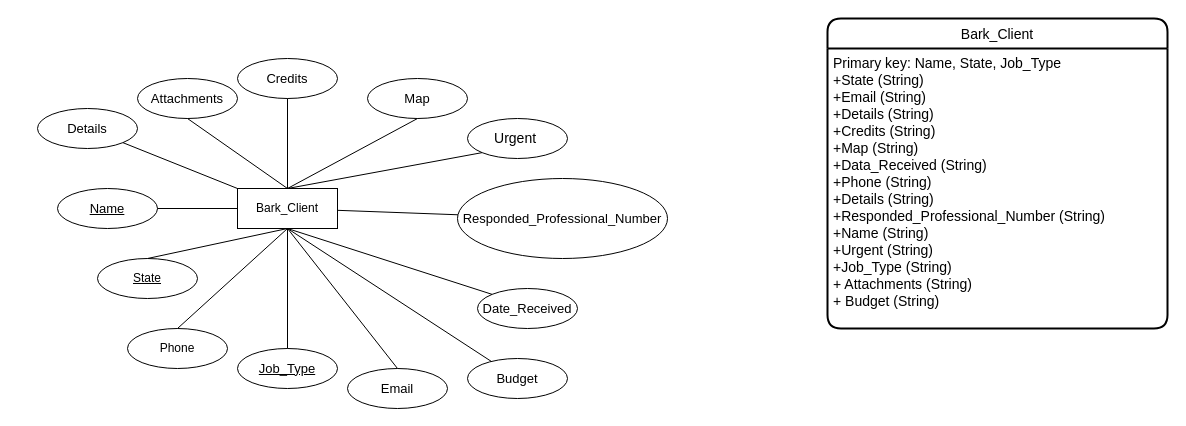
eamankwah250/python-bark-extractor keeps this draw.io diagram as Database_Schema/Epibark_Database_Schema.drawio. Above is the earlier version. Source tidied: cells renumbered, new cells numbered last; positions are measured from the earlier drawing's top-left corner, leaving out a move shared by most shapes. Both pictures are drawn from the tidied source at 100%, with x=0, y=0 at pixel (37, 18).
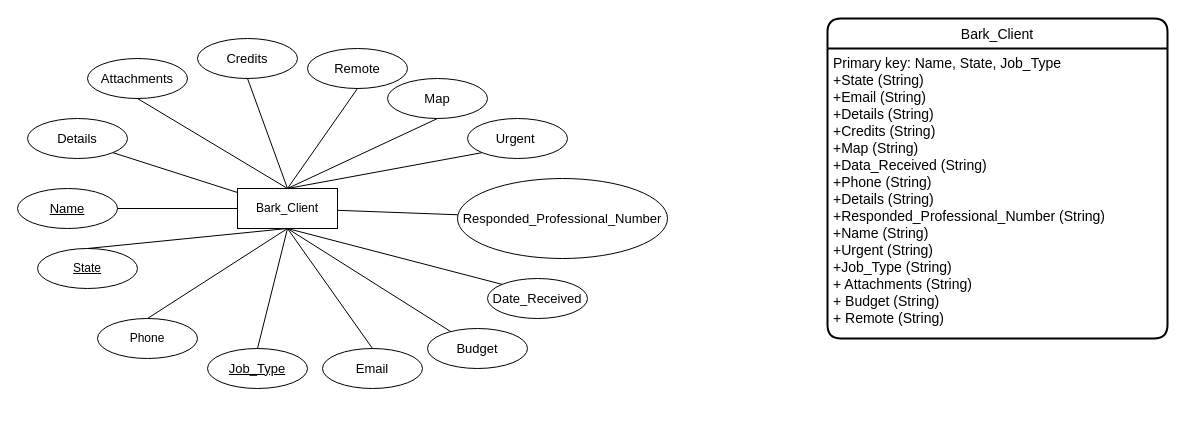
The same page after the edit.

Commit message (it also covers changes not shown here):
add remote column

The change refers to these unchanged cells:
```xml
<mxCell id="2" value="Bark_Client" style="whiteSpace=wrap;html=1;align=center;" parent="1" vertex="1">
  <mxGeometry x="200" y="170" width="100" height="40" as="geometry" />
</mxCell>
```

Change to the diagram source:
```diff
@@
     <mxCell id="3" value="&lt;u&gt;State&lt;/u&gt;" style="ellipse;whiteSpace=wrap;html=1;align=center;" parent="1" vertex="1">
-      <mxGeometry x="60" y="240" width="100" height="40" as="geometry" />
+      <mxGeometry y="230" width="100" height="40" as="geometry" />
     </mxCell>
@@
     <mxCell id="5" value="Phone" style="ellipse;whiteSpace=wrap;html=1;align=center;" parent="1" vertex="1">
-      <mxGeometry x="90" y="310" width="100" height="40" as="geometry" />
+      <mxGeometry x="60" y="300" width="100" height="40" as="geometry" />
     </mxCell>
@@
     <mxCell id="7" value="&lt;span style=&quot;font-family: arial; font-size: 13px; text-align: left; background-color: rgb(255, 255, 255);&quot;&gt;&lt;u&gt;Job_Type&lt;/u&gt;&lt;/span&gt;" style="ellipse;whiteSpace=wrap;html=1;align=center;" parent="1" vertex="1">
-      <mxGeometry x="200" y="330" width="100" height="40" as="geometry" />
+      <mxGeometry x="170" y="330" width="100" height="40" as="geometry" />
     </mxCell>
@@
     <mxCell id="9" value="&lt;span style=&quot;font-family: arial; font-size: 13px; text-align: left; background-color: rgb(255, 255, 255);&quot;&gt;Email&lt;/span&gt;" style="ellipse;whiteSpace=wrap;html=1;align=center;" parent="1" vertex="1">
-      <mxGeometry x="310" y="350" width="100" height="40" as="geometry" />
+      <mxGeometry x="285" y="330" width="100" height="40" as="geometry" />
     </mxCell>
@@
     <mxCell id="11" value="&lt;span style=&quot;font-family: Arial; font-size: 13px; text-align: left; background-color: rgb(255, 255, 255);&quot;&gt;Date_Received&lt;/span&gt;" style="ellipse;whiteSpace=wrap;html=1;align=center;" parent="1" vertex="1">
-      <mxGeometry x="440" y="270" width="100" height="40" as="geometry" />
+      <mxGeometry x="450" y="260" width="100" height="40" as="geometry" />
     </mxCell>
@@
     <mxCell id="15" value="&lt;span style=&quot;font-family: arial; font-size: 13px; text-align: left; background-color: rgb(255, 255, 255);&quot;&gt;Map&lt;/span&gt;" style="ellipse;whiteSpace=wrap;html=1;align=center;" parent="1" vertex="1">
-      <mxGeometry x="330" y="60" width="100" height="40" as="geometry" />
+      <mxGeometry x="350" y="60" width="100" height="40" as="geometry" />
     </mxCell>
@@
     <mxCell id="17" value="&lt;div style=&quot;text-align: left;&quot;&gt;&lt;font face=&quot;arial&quot;&gt;&lt;span style=&quot;font-size: 13px; background-color: rgb(255, 255, 255);&quot;&gt;Credits&lt;/span&gt;&lt;/font&gt;&lt;/div&gt;" style="ellipse;whiteSpace=wrap;html=1;align=center;" parent="1" vertex="1">
-      <mxGeometry x="200" y="40" width="100" height="40" as="geometry" />
+      <mxGeometry x="160" y="20" width="100" height="40" as="geometry" />
     </mxCell>
@@
     <mxCell id="19" value="&lt;div style=&quot;text-align: left;&quot;&gt;&lt;font face=&quot;arial&quot;&gt;&lt;span style=&quot;font-size: 13px; background-color: rgb(255, 255, 255);&quot;&gt;Details&lt;/span&gt;&lt;/font&gt;&lt;/div&gt;" style="ellipse;whiteSpace=wrap;html=1;align=center;" parent="1" vertex="1">
-      <mxGeometry y="90" width="100" height="40" as="geometry" />
+      <mxGeometry x="-10" y="100" width="100" height="40" as="geometry" />
     </mxCell>
@@
     <mxCell id="21" value="Bark_Client" style="swimlane;horizontal=1;startSize=30;rounded=1;fontSize=14;fontStyle=0;strokeWidth=2;shadow=0;dashed=0;align=center;spacingTop=0;spacing=2;" parent="1" vertex="1">
-      <mxGeometry x="790" width="340" height="310" as="geometry" />
+      <mxGeometry x="790" width="340" height="320" as="geometry" />
     </mxCell>
-    <mxCell id="22" value="Primary key: Name, State, Job_Type&#10;+State (String)&#10;+Email (String)&#10;+Details (String)&#10;+Credits (String)&#10;+Map (String)&#10;+Data_Received (String)&#10;+Phone (String)&#10;+Details (String)&#10;+Responded_Professional_Number (String)&#10;+Name (String)&#10;+Urgent (String)&#10;+Job_Type (String)&#10;+ Attachments (String)&#10;+ Budget (String)&#10;&#10;&#10;&#10;" style="align=left;strokeColor=none;fillColor=none;spacingLeft=4;fontSize=14;verticalAlign=top;spacing=2;" parent="21" vertex="1">
-      <mxGeometry y="30" width="340" height="280" as="geometry" />
+    <mxCell id="22" value="Primary key: Name, State, Job_Type&#10;+State (String)&#10;+Email (String)&#10;+Details (String)&#10;+Credits (String)&#10;+Map (String)&#10;+Data_Received (String)&#10;+Phone (String)&#10;+Details (String)&#10;+Responded_Professional_Number (String)&#10;+Name (String)&#10;+Urgent (String)&#10;+Job_Type (String)&#10;+ Attachments (String)&#10;+ Budget (String)&#10;+ Remote (String)&#10;&#10;&#10;&#10;" style="align=left;strokeColor=none;fillColor=none;spacingLeft=4;fontSize=14;verticalAlign=top;spacing=2;" parent="21" vertex="1">
+      <mxGeometry y="30" width="340" height="290" as="geometry" />
     </mxCell>
     <mxCell id="23" value="&lt;div style=&quot;text-align: left;&quot;&gt;&lt;font face=&quot;arial&quot;&gt;&lt;span style=&quot;font-size: 13px; background-color: rgb(255, 255, 255);&quot;&gt;&lt;u&gt;Name&lt;/u&gt;&lt;/span&gt;&lt;/font&gt;&lt;/div&gt;" style="ellipse;whiteSpace=wrap;html=1;align=center;" parent="1" vertex="1">
-      <mxGeometry x="20" y="170" width="100" height="40" as="geometry" />
+      <mxGeometry x="-20" y="170" width="100" height="40" as="geometry" />
     </mxCell>
@@
-    <mxCell id="25" value="&lt;div style=&quot;text-align: left;&quot;&gt;&lt;span style=&quot;font-size: 14px;&quot;&gt;Urgent&amp;nbsp;&lt;/span&gt;&lt;br&gt;&lt;/div&gt;" style="ellipse;whiteSpace=wrap;html=1;align=center;" parent="1" vertex="1">
+    <mxCell id="25" value="&lt;div style=&quot;text-align: left;&quot;&gt;&lt;font style=&quot;font-size: 13px;&quot;&gt;Urgent&amp;nbsp;&lt;/font&gt;&lt;br&gt;&lt;/div&gt;" style="ellipse;whiteSpace=wrap;html=1;align=center;" parent="1" vertex="1">
       <mxGeometry x="430" y="100" width="100" height="40" as="geometry" />
     </mxCell>
@@
     <mxCell id="27" value="&lt;div style=&quot;text-align: left;&quot;&gt;&lt;font face=&quot;arial&quot;&gt;&lt;span style=&quot;font-size: 13px; background-color: rgb(255, 255, 255);&quot;&gt;Attachments&lt;/span&gt;&lt;/font&gt;&lt;/div&gt;" style="ellipse;whiteSpace=wrap;html=1;align=center;" parent="1" vertex="1">
-      <mxGeometry x="100" y="60" width="100" height="40" as="geometry" />
+      <mxGeometry x="50" y="40" width="100" height="40" as="geometry" />
     </mxCell>
@@
     <mxCell id="29" value="&lt;span style=&quot;font-family: arial; font-size: 13px; text-align: left; background-color: rgb(255, 255, 255);&quot;&gt;Budget&lt;/span&gt;" style="ellipse;whiteSpace=wrap;html=1;align=center;" parent="1" vertex="1">
-      <mxGeometry x="430" y="340" width="100" height="40" as="geometry" />
+      <mxGeometry x="390" y="310" width="100" height="40" as="geometry" />
     </mxCell>
@@
+    <mxCell id="31" value="&lt;div style=&quot;text-align: left;&quot;&gt;&lt;font face=&quot;arial&quot;&gt;&lt;span style=&quot;font-size: 13px; background-color: rgb(255, 255, 255);&quot;&gt;Remote&lt;/span&gt;&lt;/font&gt;&lt;/div&gt;" style="ellipse;whiteSpace=wrap;html=1;align=center;" parent="1" vertex="1">
+      <mxGeometry x="270" y="30" width="100" height="40" as="geometry" />
+    </mxCell>
+    <mxCell id="32" style="endArrow=none;html=1;rounded=0;exitX=0.5;exitY=1;exitDx=0;exitDy=0;entryX=0.5;entryY=0;entryDx=0;entryDy=0;" parent="1" edge="1" source="31" target="2">
+      <mxGeometry relative="1" as="geometry" />
+    </mxCell>
```
